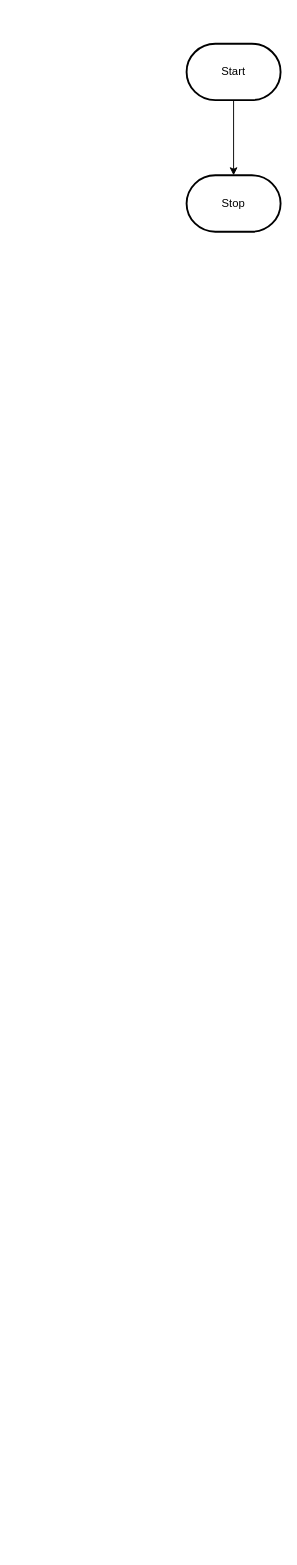
Before: design/flowchart.drawio in MTHS-TEJ2O-1-2023/TEJ2O-Unit-2-15-kyle-lyver, a draw.io diagram. Source tidied: cells renumbered, new cells numbered last; positions are measured from the earlier drawing's top-left corner, leaving out a move shared by most shapes. Both pictures are drawn from the tidied source at 94%, with x=0, y=0 at pixel (186, 43).
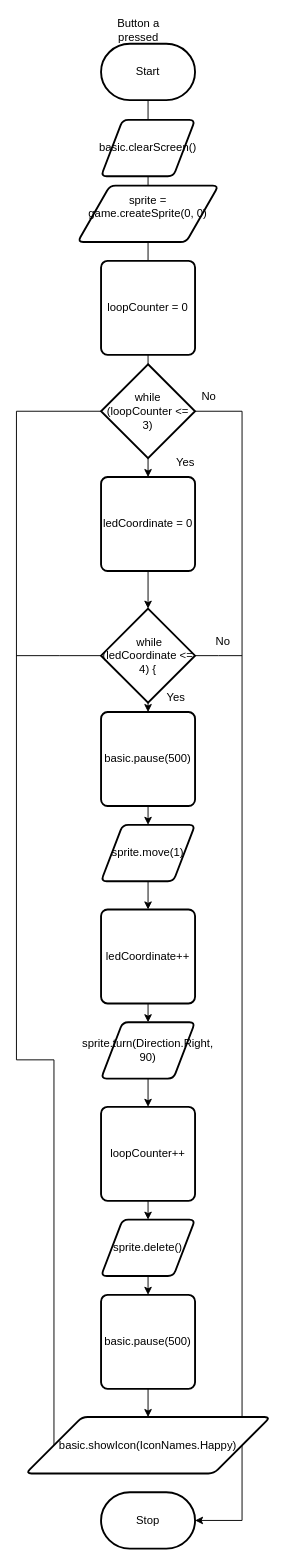
The same diagram, later.

Diff of the diagram source:
```diff
@@
-    <mxCell id="2" style="edgeStyle=orthogonalEdgeStyle;html=1;rounded=0;" parent="1" edge="1" source="3" target="4">
-      <mxGeometry relative="1" as="geometry" />
-    </mxCell>
+    <mxCell id="5" style="edgeStyle=orthogonalEdgeStyle;rounded=0;html=1;exitX=0.5;exitY=1;exitDx=0;exitDy=0;exitPerimeter=0;entryX=0.5;entryY=0;entryDx=0;entryDy=0;endArrow=none;endFill=0;" parent="1" edge="1" source="3" target="2">
+      <mxGeometry relative="1" as="geometry" />
+    </mxCell>
     <mxCell id="3" value="Start" style="strokeWidth=2;html=1;shape=mxgraph.flowchart.terminator;whiteSpace=wrap;" parent="1" vertex="1">
-      <mxGeometry width="100" height="60" as="geometry" />
+      <mxGeometry x="-91" width="100" height="60" as="geometry" />
     </mxCell>
     <mxCell id="4" value="Stop" style="strokeWidth=2;html=1;shape=mxgraph.flowchart.terminator;whiteSpace=wrap;" parent="1" vertex="1">
-      <mxGeometry y="140" width="100" height="60" as="geometry" />
+      <mxGeometry x="-91" y="1541" width="100" height="60" as="geometry" />
     </mxCell>
+    <mxCell id="6" style="edgeStyle=orthogonalEdgeStyle;rounded=0;html=1;exitX=0.5;exitY=1;exitDx=0;exitDy=0;entryX=0.5;entryY=0;entryDx=0;entryDy=0;endArrow=none;endFill=0;" parent="1" edge="1" source="2" target="8">
+      <mxGeometry relative="1" as="geometry" />
+    </mxCell>
+    <mxCell id="2" value="basic.clearScreen()" style="shape=parallelogram;html=1;strokeWidth=2;perimeter=parallelogramPerimeter;whiteSpace=wrap;rounded=1;arcSize=12;size=0.23;" parent="1" vertex="1">
+      <mxGeometry x="-91" y="81" width="100" height="60" as="geometry" />
+    </mxCell>
+    <mxCell id="7" style="edgeStyle=orthogonalEdgeStyle;rounded=0;html=1;exitX=0.5;exitY=1;exitDx=0;exitDy=0;endArrow=none;endFill=0;" parent="1" edge="1" source="8" target="10">
+      <mxGeometry relative="1" as="geometry" />
+    </mxCell>
+    <mxCell id="8" value="&lt;div&gt;sprite = game.createSprite(0, 0)&lt;/div&gt;&lt;div&gt;&lt;br&gt;&lt;/div&gt;" style="shape=parallelogram;html=1;strokeWidth=2;perimeter=parallelogramPerimeter;whiteSpace=wrap;rounded=1;arcSize=12;size=0.23;" parent="1" vertex="1">
+      <mxGeometry x="-116" y="151" width="150" height="60" as="geometry" />
+    </mxCell>
+    <mxCell id="9" style="edgeStyle=orthogonalEdgeStyle;rounded=0;html=1;exitX=0.5;exitY=1;exitDx=0;exitDy=0;entryX=0.5;entryY=0;entryDx=0;entryDy=0;entryPerimeter=0;endArrow=none;endFill=0;" parent="1" edge="1" source="10" target="13">
+      <mxGeometry relative="1" as="geometry" />
+    </mxCell>
+    <mxCell id="10" value="loopCounter = 0" style="rounded=1;whiteSpace=wrap;html=1;absoluteArcSize=1;arcSize=14;strokeWidth=2;" parent="1" vertex="1">
+      <mxGeometry x="-91" y="231" width="100" height="100" as="geometry" />
+    </mxCell>
+    <mxCell id="11" style="edgeStyle=none;html=1;exitX=0.5;exitY=1;exitDx=0;exitDy=0;exitPerimeter=0;" parent="1" edge="1" source="13" target="23">
+      <mxGeometry relative="1" as="geometry" />
+    </mxCell>
+    <mxCell id="12" style="edgeStyle=orthogonalEdgeStyle;html=1;exitX=1;exitY=0.5;exitDx=0;exitDy=0;exitPerimeter=0;entryX=1;entryY=0.5;entryDx=0;entryDy=0;entryPerimeter=0;rounded=0;" parent="1" edge="1" source="13" target="4">
+      <mxGeometry relative="1" as="geometry">
+        <Array as="points">
+          <mxPoint x="59" y="391" />
+          <mxPoint x="59" y="1571" />
+        </Array>
+      </mxGeometry>
+    </mxCell>
+    <mxCell id="13" value="while (loopCounter &amp;lt;= 3)" style="strokeWidth=2;html=1;shape=mxgraph.flowchart.decision;whiteSpace=wrap;" parent="1" vertex="1">
+      <mxGeometry x="-91" y="341" width="100" height="100" as="geometry" />
+    </mxCell>
+    <mxCell id="14" style="edgeStyle=none;html=1;exitX=0.5;exitY=1;exitDx=0;exitDy=0;exitPerimeter=0;entryX=0.5;entryY=0;entryDx=0;entryDy=0;" parent="1" edge="1" source="17" target="21">
+      <mxGeometry relative="1" as="geometry" />
+    </mxCell>
+    <mxCell id="15" style="edgeStyle=orthogonalEdgeStyle;rounded=0;html=1;exitX=1;exitY=0.5;exitDx=0;exitDy=0;exitPerimeter=0;endArrow=none;endFill=0;" parent="1" edge="1" source="17">
+      <mxGeometry relative="1" as="geometry">
+        <mxPoint x="59" y="651" as="targetPoint" />
+      </mxGeometry>
+    </mxCell>
+    <mxCell id="16" style="edgeStyle=orthogonalEdgeStyle;rounded=0;html=1;exitX=0;exitY=0.5;exitDx=0;exitDy=0;exitPerimeter=0;endArrow=none;endFill=0;" parent="1" edge="1" source="17">
+      <mxGeometry relative="1" as="geometry">
+        <mxPoint x="-181" y="651" as="targetPoint" />
+      </mxGeometry>
+    </mxCell>
+    <mxCell id="17" value="&amp;nbsp;while (ledCoordinate &amp;lt;= 4) {" style="strokeWidth=2;html=1;shape=mxgraph.flowchart.decision;whiteSpace=wrap;" parent="1" vertex="1">
+      <mxGeometry x="-91" y="601" width="100" height="100" as="geometry" />
+    </mxCell>
+    <mxCell id="18" style="edgeStyle=none;html=1;exitX=0.5;exitY=1;exitDx=0;exitDy=0;entryX=0.5;entryY=0;entryDx=0;entryDy=0;" parent="1" edge="1" source="19" target="25">
+      <mxGeometry relative="1" as="geometry" />
+    </mxCell>
+    <mxCell id="19" value="sprite.move(1)" style="shape=parallelogram;html=1;strokeWidth=2;perimeter=parallelogramPerimeter;whiteSpace=wrap;rounded=1;arcSize=12;size=0.23;" parent="1" vertex="1">
+      <mxGeometry x="-91" y="831" width="100" height="60" as="geometry" />
+    </mxCell>
+    <mxCell id="20" style="edgeStyle=none;html=1;exitX=0.5;exitY=1;exitDx=0;exitDy=0;entryX=0.5;entryY=0;entryDx=0;entryDy=0;" parent="1" edge="1" source="21" target="19">
+      <mxGeometry relative="1" as="geometry" />
+    </mxCell>
+    <mxCell id="21" value="basic.pause(500)" style="rounded=1;whiteSpace=wrap;html=1;absoluteArcSize=1;arcSize=14;strokeWidth=2;" parent="1" vertex="1">
+      <mxGeometry x="-91" y="711" width="100" height="100" as="geometry" />
+    </mxCell>
+    <mxCell id="22" style="edgeStyle=none;html=1;exitX=0.5;exitY=1;exitDx=0;exitDy=0;entryX=0.5;entryY=0;entryDx=0;entryDy=0;entryPerimeter=0;" parent="1" edge="1" source="23" target="17">
+      <mxGeometry relative="1" as="geometry" />
+    </mxCell>
+    <mxCell id="23" value="ledCoordinate = 0" style="rounded=1;whiteSpace=wrap;html=1;absoluteArcSize=1;arcSize=14;strokeWidth=2;" parent="1" vertex="1">
+      <mxGeometry x="-91" y="461" width="100" height="100" as="geometry" />
+    </mxCell>
+    <mxCell id="24" style="edgeStyle=none;html=1;exitX=0.5;exitY=1;exitDx=0;exitDy=0;entryX=0.5;entryY=0;entryDx=0;entryDy=0;" parent="1" edge="1" source="25" target="27">
+      <mxGeometry relative="1" as="geometry" />
+    </mxCell>
+    <mxCell id="25" value="ledCoordinate++" style="rounded=1;whiteSpace=wrap;html=1;absoluteArcSize=1;arcSize=14;strokeWidth=2;" parent="1" vertex="1">
+      <mxGeometry x="-91" y="921" width="100" height="100" as="geometry" />
+    </mxCell>
+    <mxCell id="26" style="edgeStyle=none;html=1;exitX=0.5;exitY=1;exitDx=0;exitDy=0;" parent="1" edge="1" source="27" target="29">
+      <mxGeometry relative="1" as="geometry" />
+    </mxCell>
+    <mxCell id="27" value="sprite.turn(Direction.Right, 90)" style="shape=parallelogram;html=1;strokeWidth=2;perimeter=parallelogramPerimeter;whiteSpace=wrap;rounded=1;arcSize=12;size=0.23;" parent="1" vertex="1">
+      <mxGeometry x="-91" y="1041" width="100" height="60" as="geometry" />
+    </mxCell>
+    <mxCell id="28" style="edgeStyle=none;html=1;exitX=0.5;exitY=1;exitDx=0;exitDy=0;entryX=0.5;entryY=0;entryDx=0;entryDy=0;" parent="1" edge="1" source="29" target="31">
+      <mxGeometry relative="1" as="geometry" />
+    </mxCell>
+    <mxCell id="29" value="loopCounter++" style="rounded=1;whiteSpace=wrap;html=1;absoluteArcSize=1;arcSize=14;strokeWidth=2;" parent="1" vertex="1">
+      <mxGeometry x="-91" y="1131" width="100" height="100" as="geometry" />
+    </mxCell>
+    <mxCell id="30" style="edgeStyle=none;html=1;exitX=0.5;exitY=1;exitDx=0;exitDy=0;entryX=0.5;entryY=0;entryDx=0;entryDy=0;" parent="1" edge="1" source="31" target="33">
+      <mxGeometry relative="1" as="geometry" />
+    </mxCell>
+    <mxCell id="31" value="sprite.delete()" style="shape=parallelogram;html=1;strokeWidth=2;perimeter=parallelogramPerimeter;whiteSpace=wrap;rounded=1;arcSize=12;size=0.23;" parent="1" vertex="1">
+      <mxGeometry x="-91" y="1251" width="100" height="60" as="geometry" />
+    </mxCell>
+    <mxCell id="32" style="edgeStyle=none;html=1;exitX=0.5;exitY=1;exitDx=0;exitDy=0;" parent="1" edge="1" source="33" target="35">
+      <mxGeometry relative="1" as="geometry" />
+    </mxCell>
+    <mxCell id="33" value="basic.pause(500)" style="rounded=1;whiteSpace=wrap;html=1;absoluteArcSize=1;arcSize=14;strokeWidth=2;" parent="1" vertex="1">
+      <mxGeometry x="-91" y="1331" width="100" height="100" as="geometry" />
+    </mxCell>
+    <mxCell id="34" style="edgeStyle=orthogonalEdgeStyle;rounded=0;html=1;exitX=0;exitY=0.5;exitDx=0;exitDy=0;entryX=0;entryY=0.5;entryDx=0;entryDy=0;entryPerimeter=0;endArrow=none;endFill=0;" parent="1" edge="1" source="35" target="13">
+      <mxGeometry relative="1" as="geometry">
+        <Array as="points">
+          <mxPoint x="-141" y="1081" />
+          <mxPoint x="-181" y="1081" />
+          <mxPoint x="-181" y="391" />
+        </Array>
+      </mxGeometry>
+    </mxCell>
+    <mxCell id="35" value="basic.showIcon(IconNames.Happy)" style="shape=parallelogram;html=1;strokeWidth=2;perimeter=parallelogramPerimeter;whiteSpace=wrap;rounded=1;arcSize=12;size=0.23;" parent="1" vertex="1">
+      <mxGeometry x="-171" y="1461" width="260" height="60" as="geometry" />
+    </mxCell>
+    <mxCell id="36" value="Yes" style="text;strokeColor=none;align=center;fillColor=none;html=1;verticalAlign=middle;whiteSpace=wrap;rounded=0;" parent="1" vertex="1">
+      <mxGeometry x="-31" y="431" width="60" height="30" as="geometry" />
+    </mxCell>
+    <mxCell id="37" value="No" style="text;strokeColor=none;align=center;fillColor=none;html=1;verticalAlign=middle;whiteSpace=wrap;rounded=0;" parent="1" vertex="1">
+      <mxGeometry x="-6" y="361" width="60" height="30" as="geometry" />
+    </mxCell>
+    <mxCell id="38" value="No" style="text;strokeColor=none;align=center;fillColor=none;html=1;verticalAlign=middle;whiteSpace=wrap;rounded=0;" parent="1" vertex="1">
+      <mxGeometry x="9" y="621" width="60" height="30" as="geometry" />
+    </mxCell>
+    <mxCell id="39" value="Yes" style="text;strokeColor=none;align=center;fillColor=none;html=1;verticalAlign=middle;whiteSpace=wrap;rounded=0;" parent="1" vertex="1">
+      <mxGeometry x="-41" y="681" width="60" height="30" as="geometry" />
+    </mxCell>
+    <mxCell id="40" value="Button a pressed" style="text;strokeColor=none;align=center;fillColor=none;html=1;verticalAlign=middle;whiteSpace=wrap;rounded=0;" parent="1" vertex="1">
+      <mxGeometry x="-81" y="-29" width="60" height="30" as="geometry" />
+    </mxCell>
```
